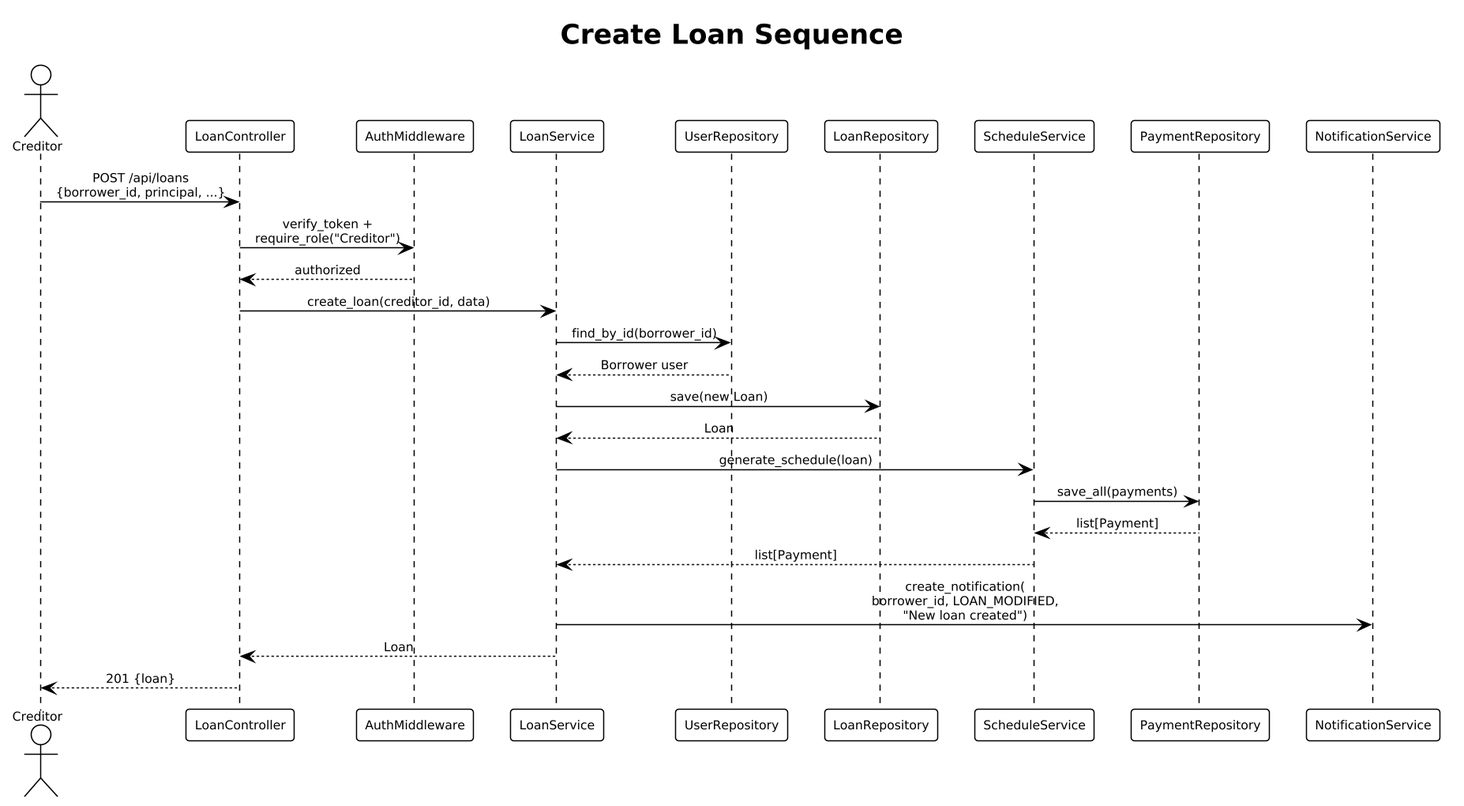
Earlier version of the PlantUML export docs/detailed-designs/diagrams/rendered/seq_create_loan.png (QuinntyneBrown/LendQ). Its diagram source:
```plantuml
@startuml
!theme plain
skinparam dpi 150
skinparam defaultFontSize 10
skinparam sequenceMessageAlign center

title Create Loan Sequence

actor Creditor
participant "LoanController" as ctrl
participant "AuthMiddleware" as auth
participant "LoanService" as svc
participant "UserRepository" as user_repo
participant "LoanRepository" as loan_repo
participant "ScheduleService" as sched
participant "PaymentRepository" as pay_repo
participant "NotificationService" as notif

Creditor -> ctrl : POST /api/loans\n{borrower_id, principal, ...}
ctrl -> auth : verify_token +\nrequire_role("Creditor")
auth --> ctrl : authorized
ctrl -> svc : create_loan(creditor_id, data)
svc -> user_repo : find_by_id(borrower_id)
user_repo --> svc : Borrower user
svc -> loan_repo : save(new Loan)
loan_repo --> svc : Loan
svc -> sched : generate_schedule(loan)
sched -> pay_repo : save_all(payments)
pay_repo --> sched : list[Payment]
sched --> svc : list[Payment]
svc -> notif : create_notification(\nborrower_id, LOAN_MODIFIED,\n"New loan created")
svc --> ctrl : Loan
ctrl --> Creditor : 201 {loan}
@enduml
```
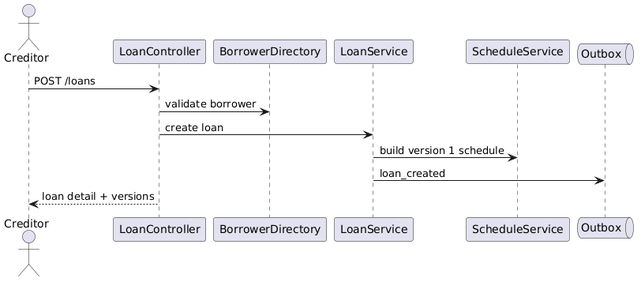
The same diagram one commit later.

Change to the diagram source:
```diff
@@ -1,34 +1,15 @@
 @startuml
-!theme plain
-skinparam dpi 150
-skinparam defaultFontSize 10
-skinparam sequenceMessageAlign center
+actor Creditor
+participant LoanController
+participant BorrowerDirectory
+participant LoanService
+participant ScheduleService
+queue Outbox
 
-title Create Loan Sequence
-
-actor Creditor
-participant "LoanController" as ctrl
-participant "AuthMiddleware" as auth
-participant "LoanService" as svc
-participant "UserRepository" as user_repo
-participant "LoanRepository" as loan_repo
-participant "ScheduleService" as sched
-participant "PaymentRepository" as pay_repo
-participant "NotificationService" as notif
-
-Creditor -> ctrl : POST /api/loans\n{borrower_id, principal, ...}
-ctrl -> auth : verify_token +\nrequire_role("Creditor")
-auth --> ctrl : authorized
-ctrl -> svc : create_loan(creditor_id, data)
-svc -> user_repo : find_by_id(borrower_id)
-user_repo --> svc : Borrower user
-svc -> loan_repo : save(new Loan)
-loan_repo --> svc : Loan
-svc -> sched : generate_schedule(loan)
-sched -> pay_repo : save_all(payments)
-pay_repo --> sched : list[Payment]
-sched --> svc : list[Payment]
-svc -> notif : create_notification(\nborrower_id, LOAN_MODIFIED,\n"New loan created")
-svc --> ctrl : Loan
-ctrl --> Creditor : 201 {loan}
+Creditor -> LoanController : POST /loans
+LoanController -> BorrowerDirectory : validate borrower
+LoanController -> LoanService : create loan
+LoanService -> ScheduleService : build version 1 schedule
+LoanService -> Outbox : loan_created
+LoanController --> Creditor : loan detail + versions
 @enduml
```
